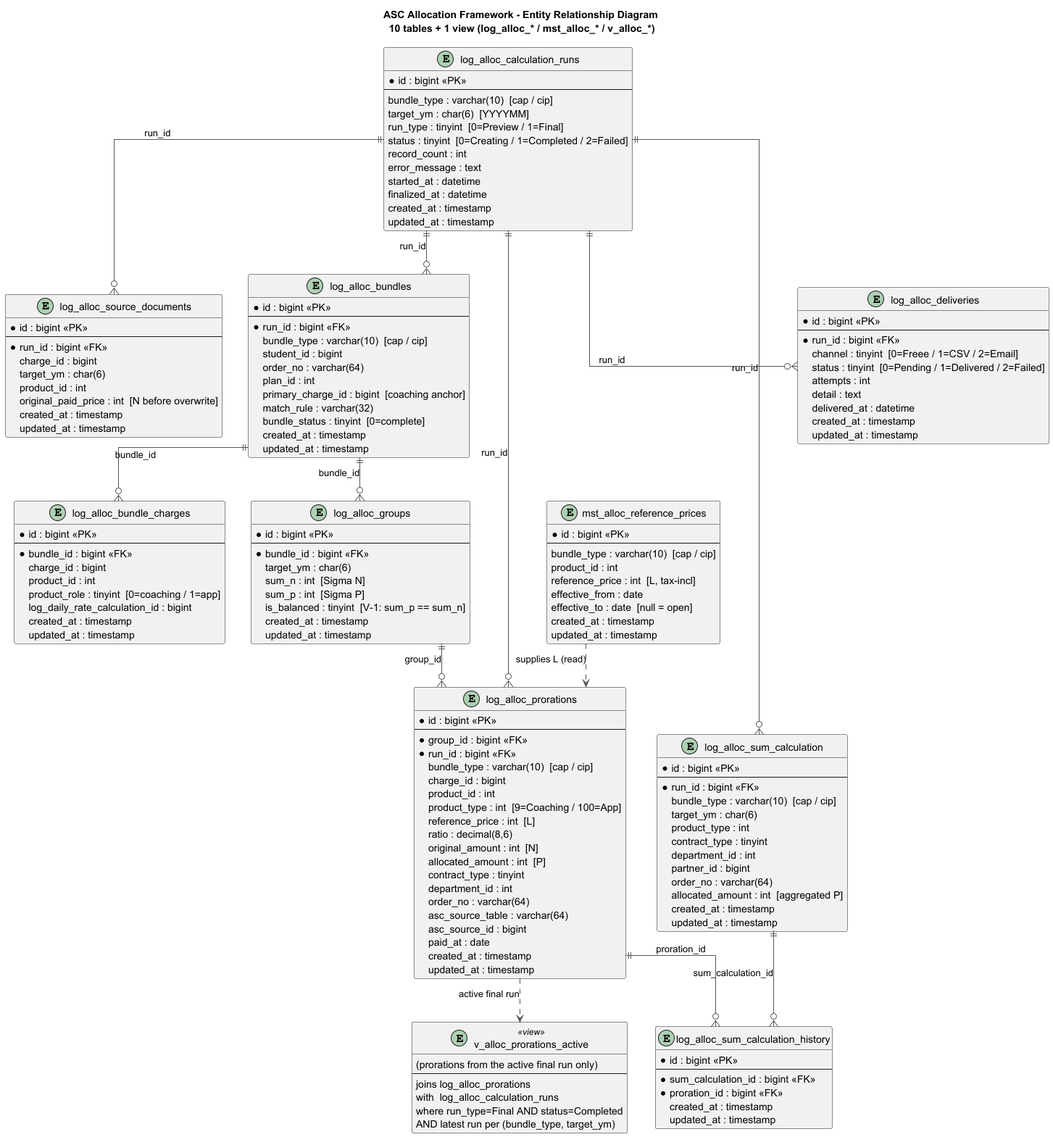
Before: projects/asca/documentation/diagrams/erd/asc-alloc-schema.png, a diagram exported from PlantUML (bizmatesph-noel-palo/bizmates-dev-context).
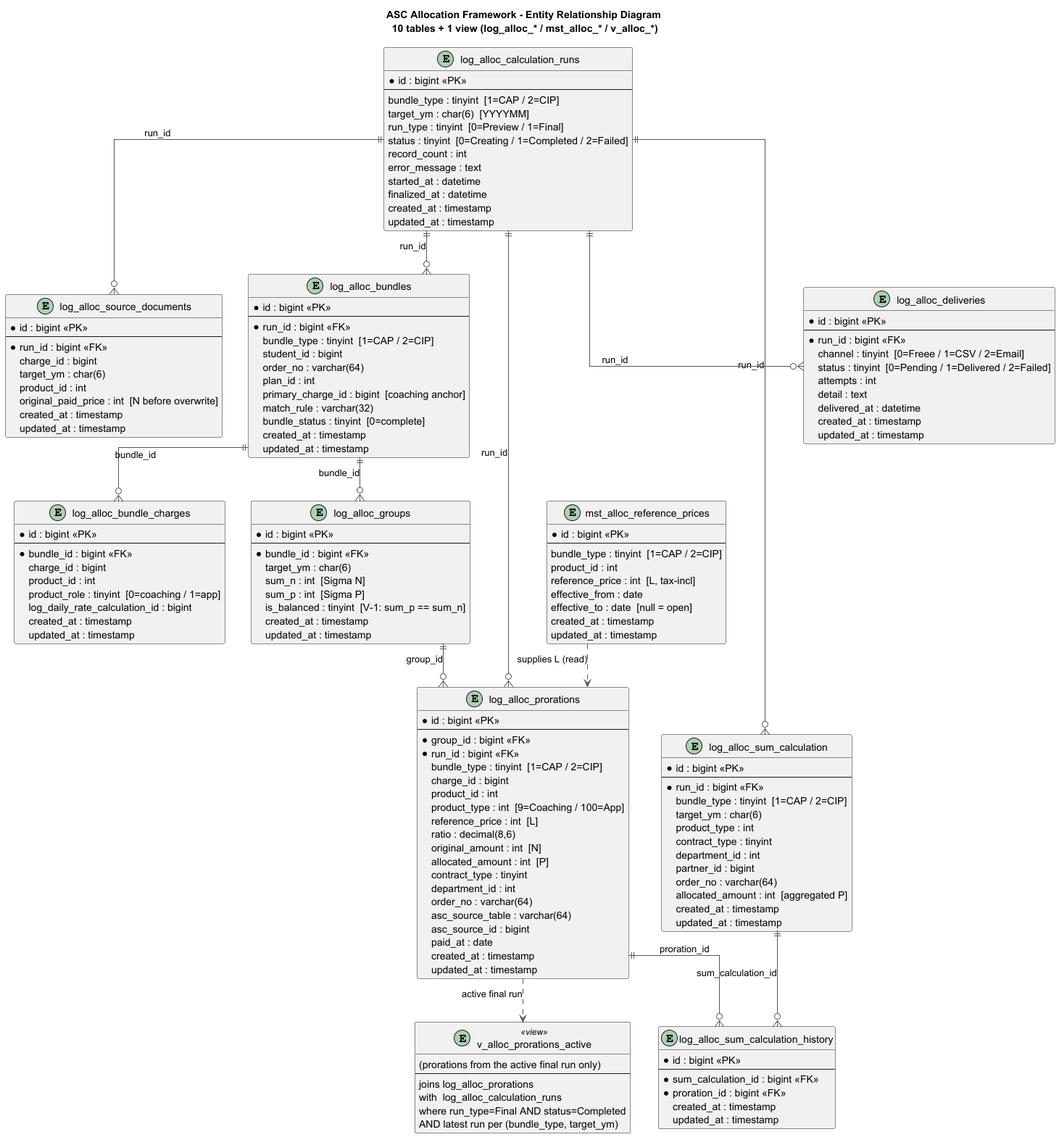
The same file after the commit.

Change to the diagram source:
```diff
@@ -15,7 +15,7 @@
 entity "log_alloc_calculation_runs" as runs {
     * id : bigint <<PK>>
     --
-    bundle_type : varchar(10)  [cap / cip]
+    bundle_type : tinyint  [1=CAP / 2=CIP]
     target_ym : char(6)  [YYYYMM]
     run_type : tinyint  [0=Preview / 1=Final]
     status : tinyint  [0=Creating / 1=Completed / 2=Failed]
@@ -45,7 +45,7 @@
     * id : bigint <<PK>>
     --
     * run_id : bigint <<FK>>
-    bundle_type : varchar(10)  [cap / cip]
+    bundle_type : tinyint  [1=CAP / 2=CIP]
     student_id : bigint
     order_no : varchar(64)
     plan_id : int
@@ -86,7 +86,7 @@
     --
     * group_id : bigint <<FK>>
     * run_id : bigint <<FK>>
-    bundle_type : varchar(10)  [cap / cip]
+    bundle_type : tinyint  [1=CAP / 2=CIP]
     charge_id : bigint
     product_id : int
     product_type : int  [9=Coaching / 100=App]
@@ -108,7 +108,7 @@
 entity "mst_alloc_reference_prices" as ref_prices {
     * id : bigint <<PK>>
     --
-    bundle_type : varchar(10)  [cap / cip]
+    bundle_type : tinyint  [1=CAP / 2=CIP]
     product_id : int
     reference_price : int  [L, tax-incl]
     effective_from : date
@@ -122,7 +122,7 @@
     * id : bigint <<PK>>
     --
     * run_id : bigint <<FK>>
-    bundle_type : varchar(10)  [cap / cip]
+    bundle_type : tinyint  [1=CAP / 2=CIP]
     target_ym : char(6)
     product_type : int
     contract_type : tinyint
```
